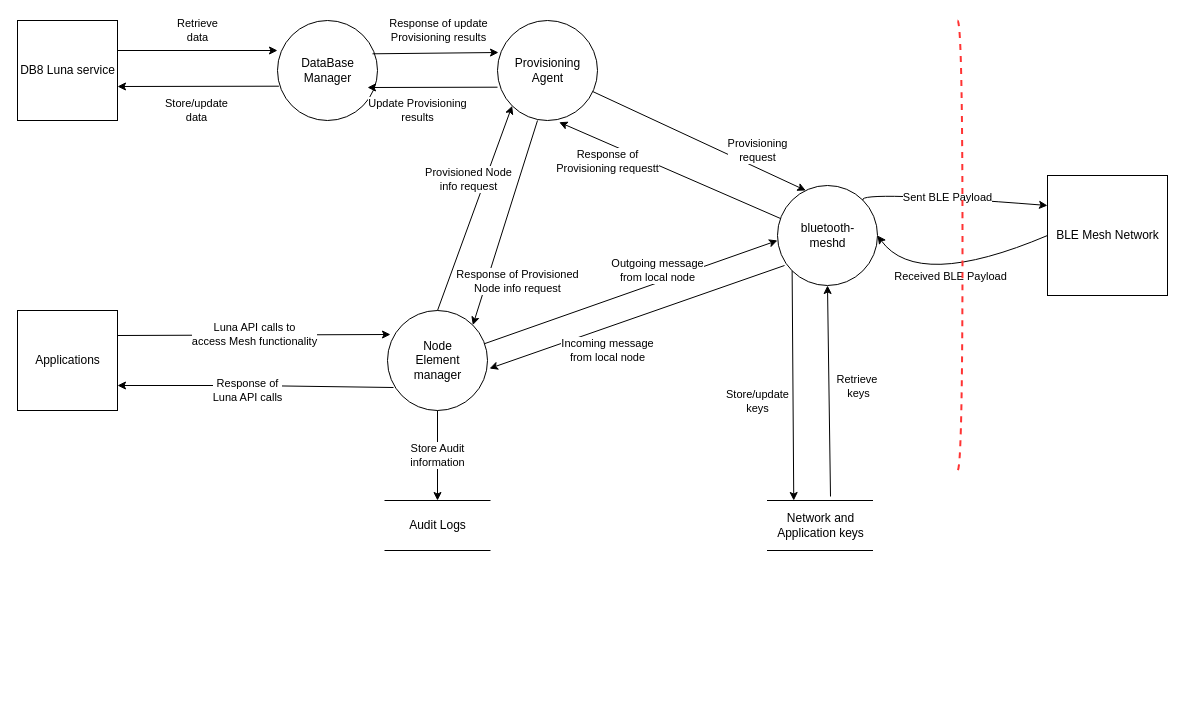
Above: Untitled Diagram.drawio in vibhanshuDhote/diagrams (draw.io), before the change. Source tidied: cells renumbered, new cells numbered last; positions are measured from the earlier drawing's top-left corner, leaving out a move shared by most shapes. Both pictures are drawn from the tidied source at 100%, with x=0, y=0 at pixel (17, 20).
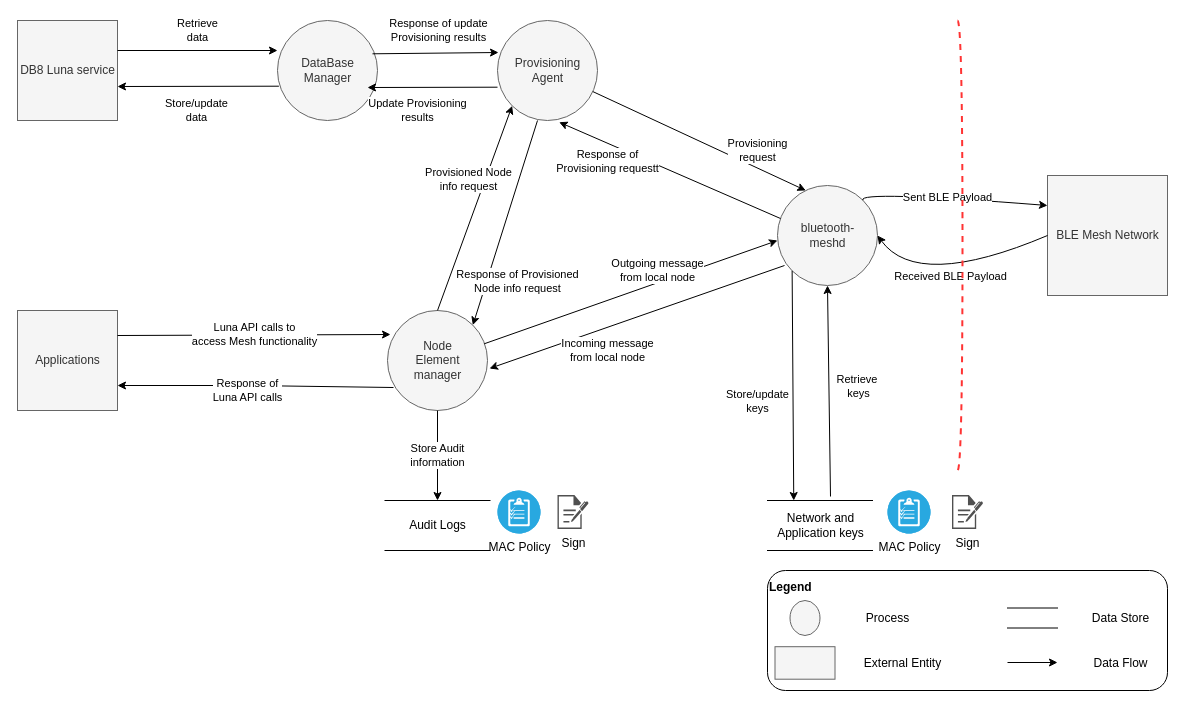
The same page after the edit.

Diff of the diagram source:
```diff
@@
-    <mxCell id="2" value="BLE Mesh Network" style="html=1;dashed=0;whitespace=wrap;" parent="1" vertex="1">
+    <mxCell id="2" value="BLE Mesh Network" style="html=1;dashed=0;whitespace=wrap;fillColor=#f5f5f5;fontColor=#333333;strokeColor=#666666;" parent="1" vertex="1">
       <mxGeometry x="1030" y="155" width="120" height="120" as="geometry" />
     </mxCell>
-    <mxCell id="3" value="Applications" style="html=1;dashed=0;whitespace=wrap;" parent="1" vertex="1">
+    <mxCell id="3" value="Applications" style="html=1;dashed=0;whitespace=wrap;fillColor=#f5f5f5;fontColor=#333333;strokeColor=#666666;" parent="1" vertex="1">
       <mxGeometry y="290" width="100" height="100" as="geometry" />
     </mxCell>
-    <mxCell id="4" value="DB8 Luna service" style="html=1;dashed=0;whitespace=wrap;" parent="1" vertex="1">
+    <mxCell id="4" value="DB8 Luna service" style="html=1;dashed=0;whitespace=wrap;fillColor=#f5f5f5;fontColor=#333333;strokeColor=#666666;" parent="1" vertex="1">
       <mxGeometry width="100" height="100" as="geometry" />
     </mxCell>
-    <mxCell id="5" value="bluetooth-&lt;br&gt;meshd" style="shape=ellipse;html=1;dashed=0;whitespace=wrap;perimeter=ellipsePerimeter;" parent="1" vertex="1">
+    <mxCell id="5" value="bluetooth-&lt;br&gt;meshd" style="shape=ellipse;html=1;dashed=0;whitespace=wrap;perimeter=ellipsePerimeter;fillColor=#f5f5f5;fontColor=#333333;strokeColor=#666666;" parent="1" vertex="1">
       <mxGeometry x="760" y="165" width="100" height="100" as="geometry" />
     </mxCell>
-    <mxCell id="6" value="Node&lt;br&gt;Element&lt;br&gt;manager" style="shape=ellipse;html=1;dashed=0;whitespace=wrap;perimeter=ellipsePerimeter;" parent="1" vertex="1">
+    <mxCell id="6" value="Node&lt;br&gt;Element&lt;br&gt;manager" style="shape=ellipse;html=1;dashed=0;whitespace=wrap;perimeter=ellipsePerimeter;fillColor=#f5f5f5;fontColor=#333333;strokeColor=#666666;" parent="1" vertex="1">
       <mxGeometry x="370" y="290" width="100" height="100" as="geometry" />
     </mxCell>
-    <mxCell id="7" value="Provisioning&lt;br&gt;Agent" style="shape=ellipse;html=1;dashed=0;whitespace=wrap;perimeter=ellipsePerimeter;" parent="1" vertex="1">
+    <mxCell id="7" value="Provisioning&lt;br&gt;Agent" style="shape=ellipse;html=1;dashed=0;whitespace=wrap;perimeter=ellipsePerimeter;fillColor=#f5f5f5;fontColor=#333333;strokeColor=#666666;" parent="1" vertex="1">
       <mxGeometry x="480" width="100" height="100" as="geometry" />
     </mxCell>
-    <mxCell id="8" value="DataBase&lt;br&gt;Manager" style="shape=ellipse;html=1;dashed=0;whitespace=wrap;perimeter=ellipsePerimeter;" parent="1" vertex="1">
+    <mxCell id="8" value="DataBase&lt;br&gt;Manager" style="shape=ellipse;html=1;dashed=0;whitespace=wrap;perimeter=ellipsePerimeter;fillColor=#f5f5f5;fontColor=#333333;strokeColor=#666666;" parent="1" vertex="1">
       <mxGeometry x="260" width="100" height="100" as="geometry" />
     </mxCell>
@@
+    <mxCell id="33" style="group;" parent="1" vertex="1">
+      <mxGeometry x="750" y="550" width="400" height="120" as="geometry" />
+    </mxCell>
+    <mxCell id="34" value="&lt;b&gt;Legend&lt;/b&gt;&lt;br&gt;&lt;br&gt;&lt;br&gt;&lt;br&gt;&lt;br&gt;&lt;br&gt;&lt;br&gt;" style="rounded=1;whiteSpace=wrap;html=1;align=left;" parent="33" vertex="1">
+      <mxGeometry width="400" height="120" as="geometry" />
+    </mxCell>
+    <mxCell id="35" style="shape=ellipse;html=1;dashed=0;whitespace=wrap;perimeter=ellipsePerimeter;fillColor=#f5f5f5;fontColor=#333333;strokeColor=#666666;" parent="33" vertex="1">
+      <mxGeometry x="22.5" y="30" width="30" height="35" as="geometry" />
+    </mxCell>
+    <mxCell id="36" value="Process" style="text;html=1;align=center;verticalAlign=middle;strokeColor=none;fillColor=none;" parent="33" vertex="1">
+      <mxGeometry x="90" y="37.5" width="60" height="20" as="geometry" />
+    </mxCell>
+    <mxCell id="37" style="html=1;dashed=0;whitespace=wrap;fillColor=#f5f5f5;fontColor=#333333;strokeColor=#666666;" parent="33" vertex="1">
+      <mxGeometry x="7.5" y="76.2" width="60" height="32.5" as="geometry" />
+    </mxCell>
+    <mxCell id="38" value="External Entity" style="text;html=1;align=center;verticalAlign=middle;strokeColor=none;fillColor=none;" parent="33" vertex="1">
+      <mxGeometry x="90" y="82.5" width="90" height="20" as="geometry" />
+    </mxCell>
+    <mxCell id="39" style="html=1;dashed=0;whitespace=wrap;shape=partialRectangle;right=0;left=0;" parent="33" vertex="1">
+      <mxGeometry x="240" y="37.5" width="50" height="20" as="geometry" />
+    </mxCell>
+    <mxCell id="40" value="Data Store" style="text;html=1;align=center;verticalAlign=middle;strokeColor=none;fillColor=none;" parent="33" vertex="1">
+      <mxGeometry x="317.5" y="37.5" width="70" height="20" as="geometry" />
+    </mxCell>
+    <mxCell id="41" style="endArrow=classic;html=1;rounded=0;" parent="33" edge="1">
+      <mxGeometry relative="1" as="geometry">
+        <mxPoint x="240" y="92" as="sourcePoint" />
+        <mxPoint x="290" y="92" as="targetPoint" />
+      </mxGeometry>
+    </mxCell>
+    <mxCell id="42" value="Data Flow" style="text;html=1;align=center;verticalAlign=middle;strokeColor=none;fillColor=none;" parent="33" vertex="1">
+      <mxGeometry x="317.5" y="82.5" width="70" height="20" as="geometry" />
+    </mxCell>
+    <mxCell id="43" value="MAC Policy" style="fillColor=#28A8E0;verticalLabelPosition=bottom;sketch=0;html=1;strokeColor=#ffffff;verticalAlign=top;align=center;shape=mxgraph.cisco_safe.compositeIcon;bgIcon=ellipse;resIcon=mxgraph.cisco_safe.capability.policy_configuration;" parent="1" vertex="1">
+      <mxGeometry x="480" y="470" width="43" height="43" as="geometry" />
+    </mxCell>
+    <mxCell id="44" value="MAC Policy" style="fillColor=#28A8E0;verticalLabelPosition=bottom;sketch=0;html=1;strokeColor=#ffffff;verticalAlign=top;align=center;shape=mxgraph.cisco_safe.compositeIcon;bgIcon=ellipse;resIcon=mxgraph.cisco_safe.capability.policy_configuration;" parent="1" vertex="1">
+      <mxGeometry x="870" y="470" width="43" height="43" as="geometry" />
+    </mxCell>
+    <mxCell id="45" value="Sign" style="sketch=0;shadow=0;dashed=0;html=1;strokeColor=none;fillColor=#505050;labelPosition=center;verticalLabelPosition=bottom;verticalAlign=top;align=center;shape=mxgraph.office.concepts.sign_up;" parent="1" vertex="1">
+      <mxGeometry x="540" y="474.5" width="31" height="34" as="geometry" />
+    </mxCell>
+    <mxCell id="46" value="Sign" style="sketch=0;shadow=0;dashed=0;html=1;strokeColor=none;fillColor=#505050;labelPosition=center;verticalLabelPosition=bottom;verticalAlign=top;align=center;shape=mxgraph.office.concepts.sign_up;" parent="1" vertex="1">
+      <mxGeometry x="934.5" y="474.5" width="31" height="34" as="geometry" />
+    </mxCell>
```
